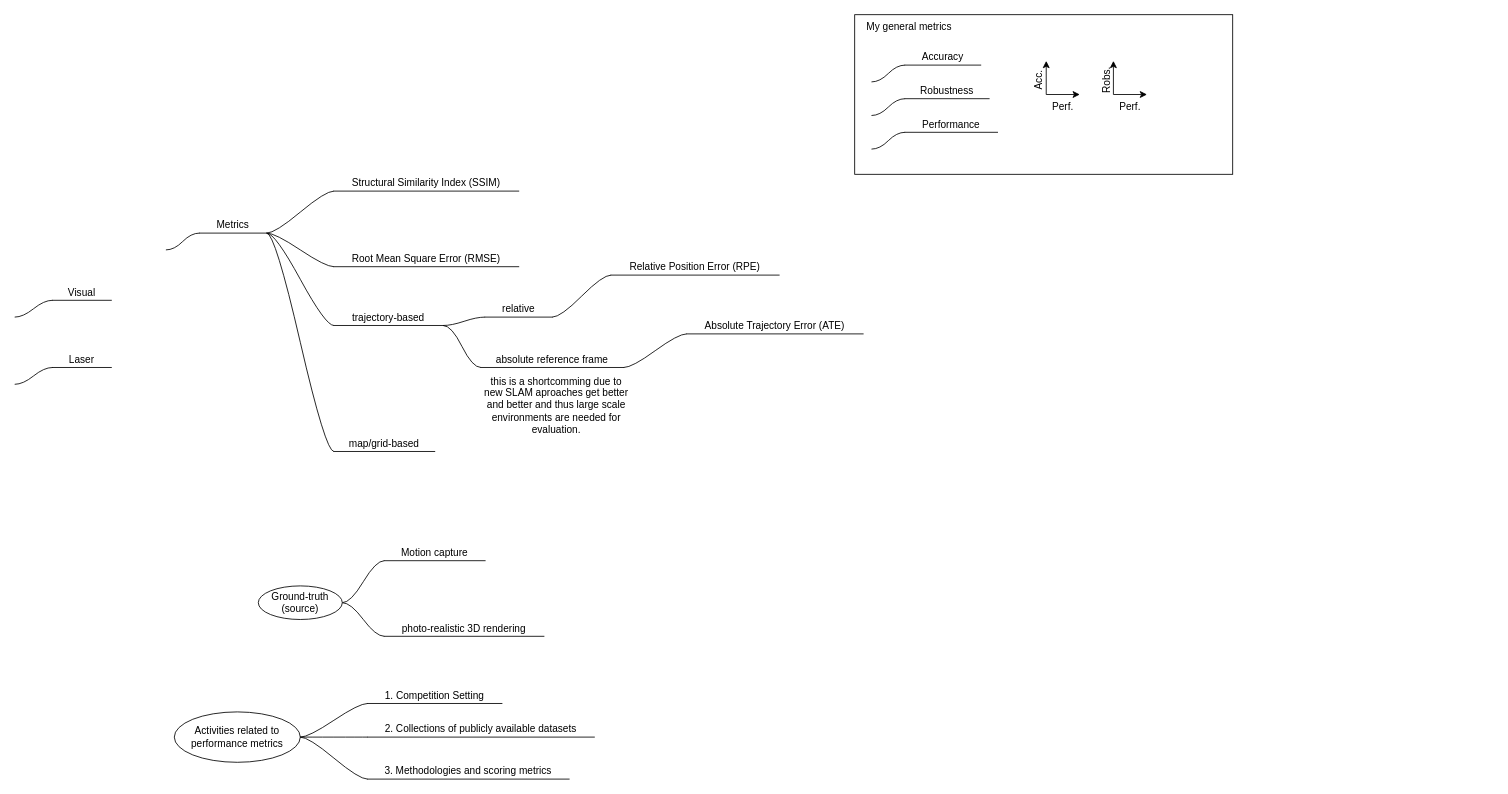
Above: page "metrics" (4 of 6) of research-and-develpment-feature-descriptors.drawio in harleylara/research-and-development-ws23 (draw.io), before the change. Source tidied: cells renumbered, new cells numbered last; positions are measured from the earlier drawing's top-left corner, leaving out a move shared by most shapes. Both pictures are drawn from the tidied source at 84%, with x=0, y=0 at pixel (14, 14).
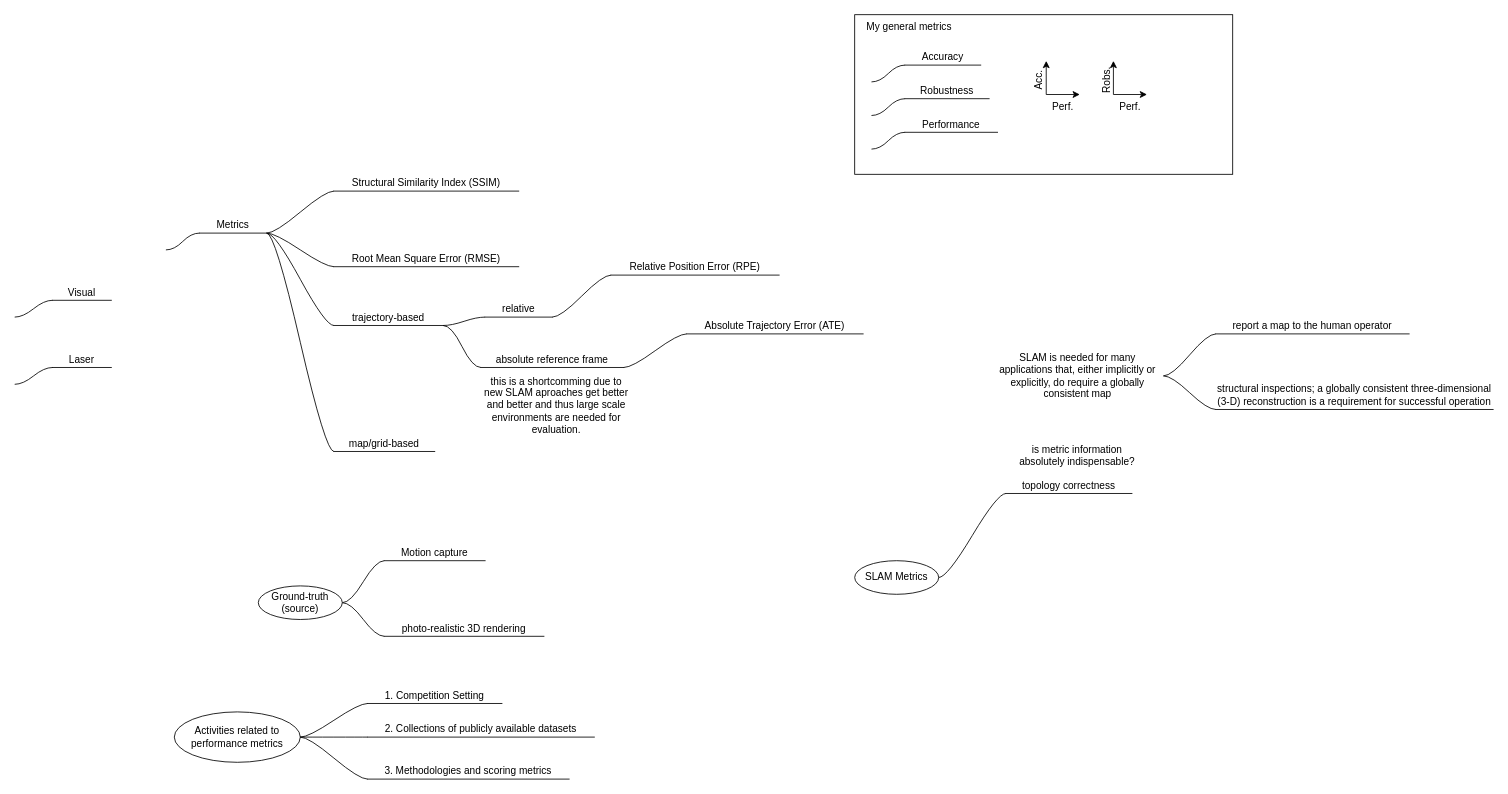
After the change.

Change to the diagram source:
```diff
@@
+    <mxCell id="53" value="SLAM Metrics" style="ellipse;whiteSpace=wrap;html=1;align=center;newEdgeStyle={&quot;edgeStyle&quot;:&quot;entityRelationEdgeStyle&quot;,&quot;startArrow&quot;:&quot;none&quot;,&quot;endArrow&quot;:&quot;none&quot;,&quot;segment&quot;:10,&quot;curved&quot;:1,&quot;sourcePerimeterSpacing&quot;:0,&quot;targetPerimeterSpacing&quot;:0};" parent="1" vertex="1">
+      <mxGeometry x="1000" y="650" width="100" height="40" as="geometry" />
+    </mxCell>
+    <mxCell id="54" value="topology correctness" style="whiteSpace=wrap;html=1;shape=partialRectangle;top=0;left=0;bottom=1;right=0;points=[[0,1],[1,1]];fillColor=none;align=center;verticalAlign=bottom;routingCenterY=0.5;snapToPoint=1;newEdgeStyle={&quot;edgeStyle&quot;:&quot;entityRelationEdgeStyle&quot;,&quot;startArrow&quot;:&quot;none&quot;,&quot;endArrow&quot;:&quot;none&quot;,&quot;segment&quot;:10,&quot;curved&quot;:1,&quot;sourcePerimeterSpacing&quot;:0,&quot;targetPerimeterSpacing&quot;:0};" parent="1" vertex="1">
+      <mxGeometry x="1180" y="540" width="150" height="30" as="geometry" />
+    </mxCell>
+    <mxCell id="55" style="edgeStyle=entityRelationEdgeStyle;startArrow=none;endArrow=none;segment=10;curved=1;sourcePerimeterSpacing=0;targetPerimeterSpacing=0;rounded=0;exitX=1;exitY=0.5;exitDx=0;exitDy=0;" parent="1" edge="1" source="53" target="54">
+      <mxGeometry relative="1" as="geometry" />
+    </mxCell>
+    <mxCell id="56" value="is metric information absolutely&amp;nbsp;indispensable?" style="text;html=1;strokeColor=none;fillColor=none;align=center;verticalAlign=middle;whiteSpace=wrap;rounded=0;" parent="1" vertex="1">
+      <mxGeometry x="1190" y="510" width="150" height="30" as="geometry" />
+    </mxCell>
+    <mxCell id="57" value="SLAM is needed for many applications that, either implicitly or explicitly, do require a globally consistent map" style="text;html=1;strokeColor=none;fillColor=none;align=center;verticalAlign=middle;whiteSpace=wrap;rounded=0;" parent="1" vertex="1">
+      <mxGeometry x="1162.5" y="400" width="205" height="60" as="geometry" />
+    </mxCell>
+    <mxCell id="58" value="report a map to the human operator" style="whiteSpace=wrap;html=1;shape=partialRectangle;top=0;left=0;bottom=1;right=0;points=[[0,1],[1,1]];fillColor=none;align=center;verticalAlign=bottom;routingCenterY=0.5;snapToPoint=1;newEdgeStyle={&quot;edgeStyle&quot;:&quot;entityRelationEdgeStyle&quot;,&quot;startArrow&quot;:&quot;none&quot;,&quot;endArrow&quot;:&quot;none&quot;,&quot;segment&quot;:10,&quot;curved&quot;:1,&quot;sourcePerimeterSpacing&quot;:0,&quot;targetPerimeterSpacing&quot;:0};" parent="1" vertex="1">
+      <mxGeometry x="1430" y="360" width="230" height="20" as="geometry" />
+    </mxCell>
+    <mxCell id="59" style="edgeStyle=entityRelationEdgeStyle;startArrow=none;endArrow=none;segment=10;curved=1;sourcePerimeterSpacing=0;targetPerimeterSpacing=0;rounded=0;exitX=1;exitY=0.5;exitDx=0;exitDy=0;" parent="1" edge="1" source="57" target="58">
+      <mxGeometry relative="1" as="geometry" />
+    </mxCell>
+    <mxCell id="60" value="structural inspections;&amp;nbsp;a globally consistent three-dimensional (3-D) reconstruction&amp;nbsp;is a requirement for successful operation" style="whiteSpace=wrap;html=1;shape=partialRectangle;top=0;left=0;bottom=1;right=0;points=[[0,1],[1,1]];fillColor=none;align=center;verticalAlign=bottom;routingCenterY=0.5;snapToPoint=1;newEdgeStyle={&quot;edgeStyle&quot;:&quot;entityRelationEdgeStyle&quot;,&quot;startArrow&quot;:&quot;none&quot;,&quot;endArrow&quot;:&quot;none&quot;,&quot;segment&quot;:10,&quot;curved&quot;:1,&quot;sourcePerimeterSpacing&quot;:0,&quot;targetPerimeterSpacing&quot;:0};" parent="1" vertex="1">
+      <mxGeometry x="1430" y="440" width="330" height="30" as="geometry" />
+    </mxCell>
+    <mxCell id="61" style="edgeStyle=entityRelationEdgeStyle;startArrow=none;endArrow=none;segment=10;curved=1;sourcePerimeterSpacing=0;targetPerimeterSpacing=0;rounded=0;exitX=1;exitY=0.5;exitDx=0;exitDy=0;" parent="1" edge="1" source="57" target="60">
+      <mxGeometry relative="1" as="geometry" />
+    </mxCell>
```
